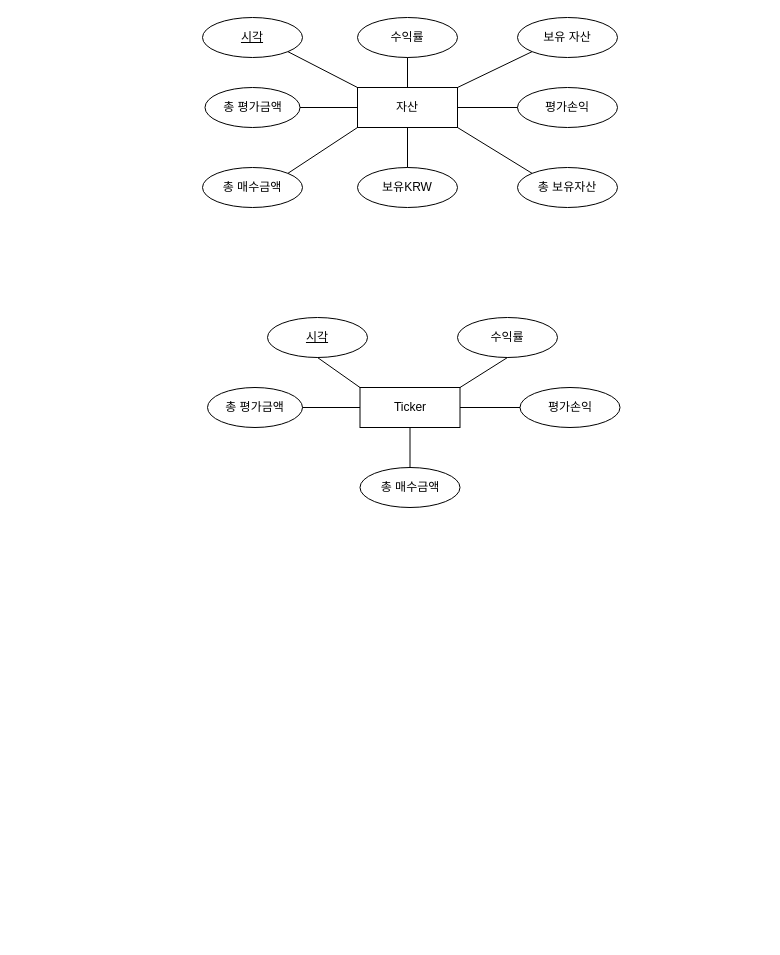
andantan/DB-Project keeps this draw.io diagram as Untitled Diagram.drawio. Above is the earlier version. Source tidied: cells renumbered, new cells numbered last; positions are measured from the earlier drawing's top-left corner, leaving out a move shared by most shapes. Both pictures are drawn from the tidied source at 100%, with x=0, y=0 at pixel (202, 17).
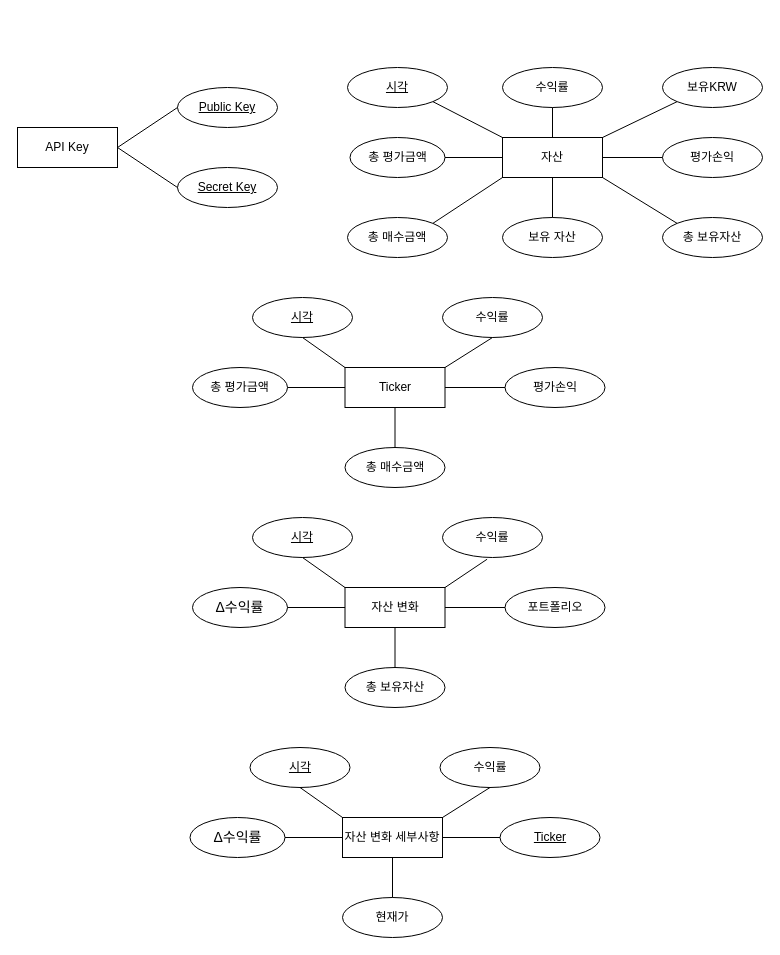
Above is the later version.

The edit, as a diff of the source:
```diff
@@
     <mxCell id="2" value="자산" style="whiteSpace=wrap;html=1;align=center;" parent="1" vertex="1">
-      <mxGeometry x="155" y="70" width="100" height="40" as="geometry" />
+      <mxGeometry x="300" y="120" width="100" height="40" as="geometry" />
     </mxCell>
     <mxCell id="3" value="보유KRW" style="ellipse;whiteSpace=wrap;html=1;align=center;" parent="1" vertex="1">
-      <mxGeometry x="155" y="150" width="100" height="40" as="geometry" />
+      <mxGeometry x="460" y="50" width="100" height="40" as="geometry" />
     </mxCell>
     <mxCell id="4" value="총 보유자산" style="ellipse;whiteSpace=wrap;html=1;align=center;" parent="1" vertex="1">
-      <mxGeometry x="315" y="150" width="100" height="40" as="geometry" />
+      <mxGeometry x="460" y="200" width="100" height="40" as="geometry" />
     </mxCell>
     <mxCell id="5" value="총 매수금액" style="ellipse;whiteSpace=wrap;html=1;align=center;" parent="1" vertex="1">
-      <mxGeometry y="150" width="100" height="40" as="geometry" />
+      <mxGeometry x="145" y="200" width="100" height="40" as="geometry" />
     </mxCell>
     <mxCell id="6" value="총 평가금액" style="ellipse;whiteSpace=wrap;html=1;align=center;" parent="1" vertex="1">
-      <mxGeometry x="2.5" y="70" width="95" height="40" as="geometry" />
+      <mxGeometry x="147.5" y="120" width="95" height="40" as="geometry" />
     </mxCell>
     <mxCell id="7" value="평가손익" style="ellipse;whiteSpace=wrap;html=1;align=center;" parent="1" vertex="1">
-      <mxGeometry x="315" y="70" width="100" height="40" as="geometry" />
+      <mxGeometry x="460" y="120" width="100" height="40" as="geometry" />
     </mxCell>
     <mxCell id="8" value="수익률" style="ellipse;whiteSpace=wrap;html=1;align=center;" parent="1" vertex="1">
-      <mxGeometry x="155" width="100" height="40" as="geometry" />
+      <mxGeometry x="300" y="50" width="100" height="40" as="geometry" />
     </mxCell>
     <mxCell id="9" value="보유 자산" style="ellipse;whiteSpace=wrap;html=1;align=center;" parent="1" vertex="1">
-      <mxGeometry x="315" width="100" height="40" as="geometry" />
+      <mxGeometry x="300" y="200" width="100" height="40" as="geometry" />
     </mxCell>
     <mxCell id="10" value="시각" style="ellipse;whiteSpace=wrap;html=1;align=center;fontStyle=4;" parent="1" vertex="1">
-      <mxGeometry width="100" height="40" as="geometry" />
+      <mxGeometry x="145" y="50" width="100" height="40" as="geometry" />
     </mxCell>
@@
-    <mxCell id="14" style="endArrow=none;html=1;rounded=0;exitX=0.5;exitY=0;exitDx=0;exitDy=0;entryX=0.5;entryY=1;entryDx=0;entryDy=0;" parent="1" edge="1" source="3" target="2">
+    <mxCell id="14" style="endArrow=none;html=1;rounded=0;exitX=0;exitY=1;exitDx=0;exitDy=0;entryX=1;entryY=0;entryDx=0;entryDy=0;" parent="1" edge="1" source="3" target="2">
       <mxGeometry relative="1" as="geometry" />
     </mxCell>
@@
-    <mxCell id="17" style="endArrow=none;html=1;rounded=0;exitX=1;exitY=0;exitDx=0;exitDy=0;entryX=0;entryY=1;entryDx=0;entryDy=0;" parent="1" edge="1" source="2" target="9">
+    <mxCell id="17" style="endArrow=none;html=1;rounded=0;exitX=0.5;exitY=1;exitDx=0;exitDy=0;entryX=0.5;entryY=0;entryDx=0;entryDy=0;" parent="1" edge="1" source="2" target="9">
       <mxGeometry relative="1" as="geometry" />
     </mxCell>
@@
     <mxCell id="19" value="Ticker" style="whiteSpace=wrap;html=1;align=center;" parent="1" vertex="1">
-      <mxGeometry x="157.5" y="370" width="100" height="40" as="geometry" />
+      <mxGeometry x="142.5" y="350" width="100" height="40" as="geometry" />
     </mxCell>
     <mxCell id="20" value="총 매수금액" style="ellipse;whiteSpace=wrap;html=1;align=center;" parent="1" vertex="1">
-      <mxGeometry x="157.5" y="450" width="100" height="40" as="geometry" />
+      <mxGeometry x="142.5" y="430" width="100" height="40" as="geometry" />
     </mxCell>
     <mxCell id="21" value="총 평가금액" style="ellipse;whiteSpace=wrap;html=1;align=center;" parent="1" vertex="1">
-      <mxGeometry x="5" y="370" width="95" height="40" as="geometry" />
+      <mxGeometry x="-10" y="350" width="95" height="40" as="geometry" />
     </mxCell>
     <mxCell id="22" value="평가손익" style="ellipse;whiteSpace=wrap;html=1;align=center;" parent="1" vertex="1">
-      <mxGeometry x="317.5" y="370" width="100" height="40" as="geometry" />
+      <mxGeometry x="302.5" y="350" width="100" height="40" as="geometry" />
     </mxCell>
     <mxCell id="23" value="수익률" style="ellipse;whiteSpace=wrap;html=1;align=center;" parent="1" vertex="1">
-      <mxGeometry x="255" y="300" width="100" height="40" as="geometry" />
+      <mxGeometry x="240" y="280" width="100" height="40" as="geometry" />
     </mxCell>
     <mxCell id="24" value="시각" style="ellipse;whiteSpace=wrap;html=1;align=center;fontStyle=4;" parent="1" vertex="1">
-      <mxGeometry x="65" y="300" width="100" height="40" as="geometry" />
+      <mxGeometry x="50" y="280" width="100" height="40" as="geometry" />
     </mxCell>
@@
+    <mxCell id="30" value="API Key" style="whiteSpace=wrap;html=1;align=center;" parent="1" vertex="1">
+      <mxGeometry x="-185" y="110" width="100" height="40" as="geometry" />
+    </mxCell>
+    <mxCell id="31" value="Public Key" style="ellipse;whiteSpace=wrap;html=1;align=center;fontStyle=4;" parent="1" vertex="1">
+      <mxGeometry x="-25" y="70" width="100" height="40" as="geometry" />
+    </mxCell>
+    <mxCell id="32" value="Secret Key" style="ellipse;whiteSpace=wrap;html=1;align=center;fontStyle=4;" parent="1" vertex="1">
+      <mxGeometry x="-25" y="150" width="100" height="40" as="geometry" />
+    </mxCell>
+    <mxCell id="33" style="endArrow=none;html=1;rounded=0;exitX=1;exitY=0.5;exitDx=0;exitDy=0;entryX=0;entryY=0.5;entryDx=0;entryDy=0;" parent="1" edge="1" source="30" target="31">
+      <mxGeometry relative="1" as="geometry" />
+    </mxCell>
+    <mxCell id="34" style="endArrow=none;html=1;rounded=0;exitX=1;exitY=0.5;exitDx=0;exitDy=0;entryX=0;entryY=0.5;entryDx=0;entryDy=0;" parent="1" edge="1" source="30" target="32">
+      <mxGeometry relative="1" as="geometry" />
+    </mxCell>
+    <mxCell id="35" value="자산 변화" style="whiteSpace=wrap;html=1;align=center;" parent="1" vertex="1">
+      <mxGeometry x="142.5" y="570" width="100" height="40" as="geometry" />
+    </mxCell>
+    <mxCell id="36" value="총 보유자산" style="ellipse;whiteSpace=wrap;html=1;align=center;" parent="1" vertex="1">
+      <mxGeometry x="142.5" y="650" width="100" height="40" as="geometry" />
+    </mxCell>
+    <mxCell id="37" value="&lt;span style=&quot;font-family: &amp;quot;Apple SD Gothic Neo&amp;quot;, arial, sans-serif; font-size: 14px; text-align: left;&quot;&gt;Δ수익률&lt;/span&gt;" style="ellipse;whiteSpace=wrap;html=1;align=center;fontColor=default;labelBackgroundColor=default;" parent="1" vertex="1">
+      <mxGeometry x="-10" y="570" width="95" height="40" as="geometry" />
+    </mxCell>
+    <mxCell id="38" value="포트폴리오" style="ellipse;whiteSpace=wrap;html=1;align=center;" parent="1" vertex="1">
+      <mxGeometry x="302.5" y="570" width="100" height="40" as="geometry" />
+    </mxCell>
+    <mxCell id="39" value="수익률" style="ellipse;whiteSpace=wrap;html=1;align=center;" parent="1" vertex="1">
+      <mxGeometry x="240" y="500" width="100" height="40" as="geometry" />
+    </mxCell>
+    <mxCell id="40" value="시각" style="ellipse;whiteSpace=wrap;html=1;align=center;fontStyle=4;" parent="1" vertex="1">
+      <mxGeometry x="50" y="500" width="100" height="40" as="geometry" />
+    </mxCell>
+    <mxCell id="41" style="endArrow=none;html=1;rounded=0;exitX=0;exitY=0;exitDx=0;exitDy=0;entryX=0.5;entryY=1;entryDx=0;entryDy=0;" parent="1" edge="1" source="35" target="40">
+      <mxGeometry relative="1" as="geometry" />
+    </mxCell>
+    <mxCell id="42" style="endArrow=none;html=1;rounded=0;exitX=0;exitY=0.5;exitDx=0;exitDy=0;entryX=1;entryY=0.5;entryDx=0;entryDy=0;" parent="1" edge="1" source="35" target="37">
+      <mxGeometry relative="1" as="geometry" />
+    </mxCell>
+    <mxCell id="43" style="endArrow=none;html=1;rounded=0;exitX=0.5;exitY=1;exitDx=0;exitDy=0;entryX=0.5;entryY=0;entryDx=0;entryDy=0;" parent="1" edge="1" source="35" target="36">
+      <mxGeometry relative="1" as="geometry" />
+    </mxCell>
+    <mxCell id="44" style="endArrow=none;html=1;rounded=0;exitX=1;exitY=0;exitDx=0;exitDy=0;entryX=0.446;entryY=1.043;entryDx=0;entryDy=0;entryPerimeter=0;" parent="1" edge="1" source="35" target="39">
+      <mxGeometry relative="1" as="geometry" />
+    </mxCell>
+    <mxCell id="45" style="endArrow=none;html=1;rounded=0;exitX=1;exitY=0.5;exitDx=0;exitDy=0;" parent="1" edge="1" source="35" target="38">
+      <mxGeometry relative="1" as="geometry" />
+    </mxCell>
+    <mxCell id="46" value="자산 변화 세부사항" style="whiteSpace=wrap;html=1;align=center;" parent="1" vertex="1">
+      <mxGeometry x="140" y="800" width="100" height="40" as="geometry" />
+    </mxCell>
+    <mxCell id="47" value="현재가" style="ellipse;whiteSpace=wrap;html=1;align=center;" parent="1" vertex="1">
+      <mxGeometry x="140" y="880" width="100" height="40" as="geometry" />
+    </mxCell>
+    <mxCell id="48" value="&lt;span style=&quot;font-family: &amp;quot;Apple SD Gothic Neo&amp;quot;, arial, sans-serif; font-size: 14px; text-align: left;&quot;&gt;Δ수익률&lt;/span&gt;" style="ellipse;whiteSpace=wrap;html=1;align=center;fontColor=default;labelBackgroundColor=default;" parent="1" vertex="1">
+      <mxGeometry x="-12.5" y="800" width="95" height="40" as="geometry" />
+    </mxCell>
+    <mxCell id="49" value="수익률" style="ellipse;whiteSpace=wrap;html=1;align=center;" parent="1" vertex="1">
+      <mxGeometry x="237.5" y="730" width="100" height="40" as="geometry" />
+    </mxCell>
+    <mxCell id="50" value="시각" style="ellipse;whiteSpace=wrap;html=1;align=center;fontStyle=4;" parent="1" vertex="1">
+      <mxGeometry x="47.5" y="730" width="100" height="40" as="geometry" />
+    </mxCell>
+    <mxCell id="51" style="endArrow=none;html=1;rounded=0;exitX=0;exitY=0;exitDx=0;exitDy=0;entryX=0.5;entryY=1;entryDx=0;entryDy=0;" parent="1" edge="1" source="46" target="50">
+      <mxGeometry relative="1" as="geometry" />
+    </mxCell>
+    <mxCell id="52" style="endArrow=none;html=1;rounded=0;exitX=0;exitY=0.5;exitDx=0;exitDy=0;entryX=1;entryY=0.5;entryDx=0;entryDy=0;" parent="1" edge="1" source="46" target="48">
+      <mxGeometry relative="1" as="geometry" />
+    </mxCell>
+    <mxCell id="53" style="endArrow=none;html=1;rounded=0;exitX=0.5;exitY=1;exitDx=0;exitDy=0;entryX=0.5;entryY=0;entryDx=0;entryDy=0;" parent="1" edge="1" source="46" target="47">
+      <mxGeometry relative="1" as="geometry" />
+    </mxCell>
+    <mxCell id="54" style="endArrow=none;html=1;rounded=0;exitX=1;exitY=0;exitDx=0;exitDy=0;entryX=0.5;entryY=1;entryDx=0;entryDy=0;" parent="1" edge="1" source="46" target="49">
+      <mxGeometry relative="1" as="geometry" />
+    </mxCell>
+    <mxCell id="55" style="endArrow=none;html=1;rounded=0;exitX=1;exitY=0.5;exitDx=0;exitDy=0;entryX=0;entryY=0.5;entryDx=0;entryDy=0;" parent="1" edge="1" source="46">
+      <mxGeometry relative="1" as="geometry">
+        <mxPoint x="300" y="820" as="targetPoint" />
+      </mxGeometry>
+    </mxCell>
+    <mxCell id="56" value="Ticker" style="ellipse;whiteSpace=wrap;html=1;align=center;fontStyle=4;" parent="1" vertex="1">
+      <mxGeometry x="297.5" y="800" width="100" height="40" as="geometry" />
+    </mxCell>
```
